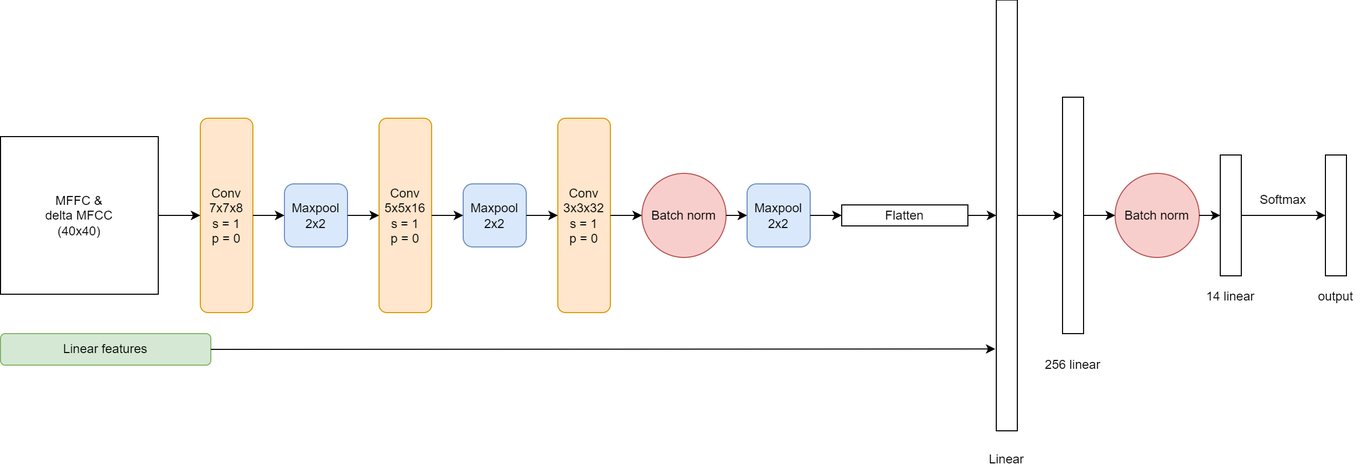
Earlier version of the draw.io export docs/NN.png (thebetar/IASRProject). Source tidied: cells renumbered, new cells last; positions are measured from the earlier drawing's top-left corner, leaving out a move shared by most shapes.
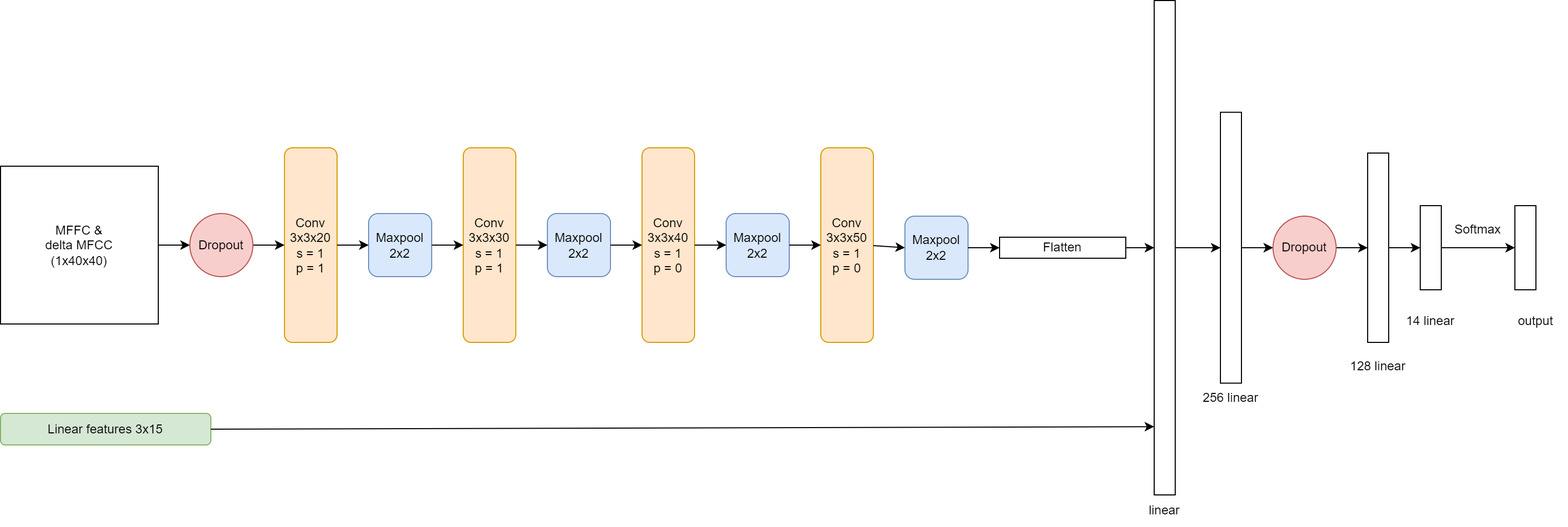
The same diagram one commit later.

Change to the diagram source:
```diff
@@ -2,64 +2,55 @@
   <root>
     <mxCell id="0" />
     <mxCell id="1" parent="0" />
-    <mxCell id="2" value="Conv&lt;br&gt;7x7x8&lt;br&gt;s = 1&lt;br&gt;p = 0&lt;br&gt;" style="rounded=1;whiteSpace=wrap;html=1;fillColor=#ffe6cc;strokeColor=#d79b00;" parent="1" vertex="1">
-      <mxGeometry x="190" y="112" width="50" height="185" as="geometry" />
+    <mxCell id="2" value="Conv&lt;br&gt;3x3x20&lt;br&gt;s = 1&lt;br&gt;p = 1" style="rounded=1;whiteSpace=wrap;html=1;fillColor=#ffe6cc;strokeColor=#d79b00;" parent="1" vertex="1">
+      <mxGeometry x="20" y="112" width="50" height="185" as="geometry" />
     </mxCell>
     <mxCell id="3" value="Maxpool 2x2" style="rounded=1;whiteSpace=wrap;html=1;fillColor=#dae8fc;strokeColor=#6c8ebf;" parent="1" vertex="1">
-      <mxGeometry x="270" y="174.5" width="60" height="60" as="geometry" />
+      <mxGeometry x="100" y="174.5" width="60" height="60" as="geometry" />
     </mxCell>
-    <mxCell id="4" value="Conv&lt;br&gt;3x3x32&lt;br&gt;s = 1&lt;br&gt;p = 0" style="rounded=1;whiteSpace=wrap;html=1;fillColor=#ffe6cc;strokeColor=#d79b00;" parent="1" vertex="1">
-      <mxGeometry x="530" y="112" width="50" height="185" as="geometry" />
+    <mxCell id="4" value="Conv&lt;br&gt;3x3x40&lt;br&gt;s = 1&lt;br&gt;p = 0" style="rounded=1;whiteSpace=wrap;html=1;fillColor=#ffe6cc;strokeColor=#d79b00;" parent="1" vertex="1">
+      <mxGeometry x="360" y="112" width="50" height="185" as="geometry" />
     </mxCell>
     <mxCell id="5" value="Maxpool 2x2" style="rounded=1;whiteSpace=wrap;html=1;fillColor=#dae8fc;strokeColor=#6c8ebf;" parent="1" vertex="1">
-      <mxGeometry x="710" y="174.5" width="60" height="60" as="geometry" />
+      <mxGeometry x="610" y="177" width="60" height="60" as="geometry" />
     </mxCell>
-    <mxCell id="6" value="Conv&lt;br&gt;5x5x16&lt;br&gt;s = 1&lt;br&gt;p = 0" style="rounded=1;whiteSpace=wrap;html=1;fillColor=#ffe6cc;strokeColor=#d79b00;" parent="1" vertex="1">
-      <mxGeometry x="360" y="112" width="50" height="185" as="geometry" />
+    <mxCell id="6" value="Conv&lt;br&gt;3x3x30&lt;br&gt;s = 1&lt;br&gt;p = 1" style="rounded=1;whiteSpace=wrap;html=1;fillColor=#ffe6cc;strokeColor=#d79b00;" parent="1" vertex="1">
+      <mxGeometry x="190" y="112" width="50" height="185" as="geometry" />
     </mxCell>
     <mxCell id="7" value="Maxpool 2x2" style="rounded=1;whiteSpace=wrap;html=1;fillColor=#dae8fc;strokeColor=#6c8ebf;" parent="1" vertex="1">
-      <mxGeometry x="440" y="174.5" width="60" height="60" as="geometry" />
+      <mxGeometry x="270" y="174.5" width="60" height="60" as="geometry" />
     </mxCell>
-    <mxCell id="8" value="Batch norm" style="ellipse;whiteSpace=wrap;html=1;fillColor=#f8cecc;strokeColor=#b85450;" parent="1" vertex="1">
-      <mxGeometry x="610" y="164.5" width="80" height="80" as="geometry" />
-    </mxCell>
-    <mxCell id="9" value="Linear features" style="rounded=1;whiteSpace=wrap;html=1;fillColor=#d5e8d4;strokeColor=#82b366;" parent="1" vertex="1">
-      <mxGeometry y="317" width="200" height="30" as="geometry" />
+    <mxCell id="9" value="Linear features 3x15" style="rounded=1;whiteSpace=wrap;html=1;fillColor=#d5e8d4;strokeColor=#82b366;" parent="1" vertex="1">
+      <mxGeometry x="-250" y="364.5" width="200" height="30" as="geometry" />
     </mxCell>
     <mxCell id="10" value="Flatten" style="rounded=0;whiteSpace=wrap;html=1;" parent="1" vertex="1">
-      <mxGeometry x="800" y="194.5" width="120" height="20" as="geometry" />
+      <mxGeometry x="700" y="197" width="120" height="20" as="geometry" />
     </mxCell>
     <mxCell id="11" style="rounded=0;whiteSpace=wrap;html=1;" parent="1" vertex="1">
-      <mxGeometry x="947" y="-0.5" width="20" height="410" as="geometry" />
+      <mxGeometry x="847" y="-28" width="20" height="470" as="geometry" />
     </mxCell>
     <mxCell id="12" style="rounded=0;whiteSpace=wrap;html=1;" parent="1" vertex="1">
-      <mxGeometry x="1010" y="92" width="20" height="225" as="geometry" />
+      <mxGeometry x="910" y="78.2" width="20" height="257.5" as="geometry" />
     </mxCell>
     <mxCell id="13" value="256 linear" style="text;html=1;strokeColor=none;fillColor=none;align=center;verticalAlign=middle;whiteSpace=wrap;rounded=0;" parent="1" vertex="1">
-      <mxGeometry x="990" y="332" width="60" height="30" as="geometry" />
+      <mxGeometry x="890" y="334.5" width="60" height="30" as="geometry" />
     </mxCell>
-    <mxCell id="14" value="Linear" style="text;html=1;strokeColor=none;fillColor=none;align=center;verticalAlign=middle;whiteSpace=wrap;rounded=0;" parent="1" vertex="1">
-      <mxGeometry x="927" y="422" width="60" height="30" as="geometry" />
+    <mxCell id="14" value="linear" style="text;html=1;strokeColor=none;fillColor=none;align=center;verticalAlign=middle;whiteSpace=wrap;rounded=0;" parent="1" vertex="1">
+      <mxGeometry x="827" y="442" width="60" height="30" as="geometry" />
     </mxCell>
-    <mxCell id="15" value="MFFC &amp;amp;&lt;br&gt;delta MFCC&lt;br&gt;(40x40)" style="whiteSpace=wrap;html=1;" parent="1" vertex="1">
-      <mxGeometry y="129.5" width="150" height="150" as="geometry" />
+    <mxCell id="15" value="MFFC &amp;amp;&lt;br&gt;delta MFCC&lt;br&gt;(1x40x40)" style="whiteSpace=wrap;html=1;" parent="1" vertex="1">
+      <mxGeometry x="-250" y="129.5" width="150" height="150" as="geometry" />
     </mxCell>
-    <mxCell id="16" value="Batch norm" style="ellipse;whiteSpace=wrap;html=1;fillColor=#f8cecc;strokeColor=#b85450;" parent="1" vertex="1">
-      <mxGeometry x="1060" y="164.5" width="80" height="80" as="geometry" />
-    </mxCell>
     <mxCell id="17" style="rounded=0;whiteSpace=wrap;html=1;" parent="1" vertex="1">
-      <mxGeometry x="1160" y="147" width="20" height="115" as="geometry" />
+      <mxGeometry x="1100" y="167" width="20" height="80" as="geometry" />
     </mxCell>
     <mxCell id="18" value="14 linear" style="text;html=1;strokeColor=none;fillColor=none;align=center;verticalAlign=middle;whiteSpace=wrap;rounded=0;" parent="1" vertex="1">
-      <mxGeometry x="1140" y="267" width="60" height="30" as="geometry" />
+      <mxGeometry x="1080" y="262" width="60" height="30" as="geometry" />
     </mxCell>
-    <mxCell id="19" style="rounded=0;whiteSpace=wrap;html=1;" parent="1" vertex="1">
-      <mxGeometry x="1260" y="147" width="20" height="115" as="geometry" />
-    </mxCell>
     <mxCell id="20" value="output" style="text;html=1;strokeColor=none;fillColor=none;align=center;verticalAlign=middle;whiteSpace=wrap;rounded=0;" parent="1" vertex="1">
-      <mxGeometry x="1240" y="267" width="60" height="30" as="geometry" />
+      <mxGeometry x="1180" y="262" width="60" height="30" as="geometry" />
     </mxCell>
-    <mxCell id="21" style="endArrow=classic;html=1;rounded=0;exitX=1;exitY=0.5;exitDx=0;exitDy=0;entryX=0;entryY=0.5;entryDx=0;entryDy=0;" parent="1" edge="1" source="15" target="2">
+    <mxCell id="21" style="endArrow=classic;html=1;rounded=0;exitX=1;exitY=0.5;exitDx=0;exitDy=0;entryX=0;entryY=0.5;entryDx=0;entryDy=0;" parent="1" edge="1" source="8" target="2">
       <mxGeometry relative="1" as="geometry" />
     </mxCell>
     <mxCell id="22" style="endArrow=classic;html=1;rounded=0;exitX=1;exitY=0.5;exitDx=0;exitDy=0;entryX=0;entryY=0.5;entryDx=0;entryDy=0;" parent="1" edge="1" source="2" target="3">
@@ -74,35 +65,67 @@
     <mxCell id="25" style="endArrow=classic;html=1;rounded=0;exitX=1;exitY=0.5;exitDx=0;exitDy=0;entryX=0;entryY=0.5;entryDx=0;entryDy=0;" parent="1" edge="1" source="7" target="4">
       <mxGeometry relative="1" as="geometry" />
     </mxCell>
-    <mxCell id="26" style="endArrow=classic;html=1;rounded=0;exitX=1;exitY=0.5;exitDx=0;exitDy=0;entryX=0;entryY=0.5;entryDx=0;entryDy=0;" parent="1" edge="1" source="4" target="8">
-      <mxGeometry relative="1" as="geometry" />
-    </mxCell>
-    <mxCell id="27" style="endArrow=classic;html=1;rounded=0;exitX=1;exitY=0.5;exitDx=0;exitDy=0;entryX=0;entryY=0.5;entryDx=0;entryDy=0;" parent="1" edge="1" source="8" target="5">
-      <mxGeometry relative="1" as="geometry" />
-    </mxCell>
-    <mxCell id="28" style="endArrow=classic;html=1;rounded=0;exitX=1;exitY=0.5;exitDx=0;exitDy=0;entryX=0;entryY=0.5;entryDx=0;entryDy=0;" parent="1" edge="1" source="5" target="10">
+    <mxCell id="28" style="endArrow=classic;html=1;rounded=0;entryX=0;entryY=0.5;entryDx=0;entryDy=0;" parent="1" edge="1" source="5" target="10">
       <mxGeometry relative="1" as="geometry" />
     </mxCell>
     <mxCell id="29" style="endArrow=classic;html=1;rounded=0;exitX=1;exitY=0.5;exitDx=0;exitDy=0;entryX=0;entryY=0.5;entryDx=0;entryDy=0;" parent="1" edge="1" source="10" target="11">
       <mxGeometry relative="1" as="geometry" />
     </mxCell>
-    <mxCell id="30" style="endArrow=classic;html=1;rounded=0;exitX=1;exitY=0.5;exitDx=0;exitDy=0;entryX=-0.045;entryY=0.81;entryDx=0;entryDy=0;entryPerimeter=0;" parent="1" edge="1" source="9" target="11">
-      <mxGeometry relative="1" as="geometry" />
-    </mxCell>
     <mxCell id="31" style="endArrow=classic;html=1;rounded=0;exitX=1;exitY=0.5;exitDx=0;exitDy=0;entryX=0;entryY=0.5;entryDx=0;entryDy=0;" parent="1" edge="1" source="11" target="12">
       <mxGeometry relative="1" as="geometry" />
     </mxCell>
-    <mxCell id="32" style="endArrow=classic;html=1;rounded=0;exitX=1;exitY=0.5;exitDx=0;exitDy=0;entryX=0;entryY=0.5;entryDx=0;entryDy=0;" parent="1" edge="1" source="12" target="16">
+    <mxCell id="32" style="endArrow=classic;html=1;rounded=0;exitX=1;exitY=0.5;exitDx=0;exitDy=0;entryX=0;entryY=0.5;entryDx=0;entryDy=0;" parent="1" edge="1" source="12" target="47">
       <mxGeometry relative="1" as="geometry" />
     </mxCell>
-    <mxCell id="33" style="endArrow=classic;html=1;rounded=0;exitX=1;exitY=0.5;exitDx=0;exitDy=0;entryX=0;entryY=0.5;entryDx=0;entryDy=0;" parent="1" edge="1" source="16" target="17">
-      <mxGeometry relative="1" as="geometry" />
-    </mxCell>
-    <mxCell id="34" style="endArrow=classic;html=1;rounded=0;exitX=1;exitY=0.5;exitDx=0;exitDy=0;entryX=0;entryY=0.5;entryDx=0;entryDy=0;" parent="1" edge="1" source="17" target="19">
+    <mxCell id="34" style="endArrow=classic;html=1;rounded=0;exitX=1;exitY=0.5;exitDx=0;exitDy=0;entryX=0;entryY=0.5;entryDx=0;entryDy=0;" parent="1" edge="1" source="17" target="45">
       <mxGeometry relative="1" as="geometry" />
     </mxCell>
     <mxCell id="35" value="Softmax" style="text;html=1;strokeColor=none;fillColor=none;align=center;verticalAlign=middle;whiteSpace=wrap;rounded=0;" parent="1" vertex="1">
-      <mxGeometry x="1190" y="174.5" width="60" height="30" as="geometry" />
+      <mxGeometry x="1120" y="174.5" width="70" height="30" as="geometry" />
     </mxCell>
+    <mxCell id="36" value="Conv&lt;br&gt;3x3x50&lt;br&gt;s = 1&lt;br&gt;p = 0" style="rounded=1;whiteSpace=wrap;html=1;fillColor=#ffe6cc;strokeColor=#d79b00;" parent="1" vertex="1">
+      <mxGeometry x="530" y="112" width="50" height="185" as="geometry" />
+    </mxCell>
+    <mxCell id="37" value="Maxpool 2x2" style="rounded=1;whiteSpace=wrap;html=1;fillColor=#dae8fc;strokeColor=#6c8ebf;" parent="1" vertex="1">
+      <mxGeometry x="440" y="174.5" width="60" height="60" as="geometry" />
+    </mxCell>
+    <mxCell id="38" style="endArrow=classic;html=1;rounded=0;exitX=1;exitY=0.5;exitDx=0;exitDy=0;entryX=0;entryY=0.5;entryDx=0;entryDy=0;" parent="1" edge="1" source="37" target="36">
+      <mxGeometry relative="1" as="geometry" />
+    </mxCell>
+    <mxCell id="39" style="endArrow=classic;html=1;rounded=0;exitX=1;exitY=0.5;exitDx=0;exitDy=0;entryX=0;entryY=0.5;entryDx=0;entryDy=0;" parent="1" edge="1" source="15" target="8">
+      <mxGeometry relative="1" as="geometry" />
+    </mxCell>
+    <mxCell id="8" value="Dropout" style="ellipse;whiteSpace=wrap;html=1;fillColor=#f8cecc;strokeColor=#b85450;" parent="1" vertex="1">
+      <mxGeometry x="-70" y="174.5" width="60" height="60" as="geometry" />
+    </mxCell>
+    <mxCell id="40" style="endArrow=classic;html=1;rounded=0;exitX=1;exitY=0.5;exitDx=0;exitDy=0;entryX=0;entryY=0.5;entryDx=0;entryDy=0;" parent="1" edge="1" source="4" target="37">
+      <mxGeometry relative="1" as="geometry" />
+    </mxCell>
+    <mxCell id="41" style="endArrow=classic;html=1;rounded=0;entryX=0;entryY=0.5;entryDx=0;entryDy=0;" parent="1" edge="1" target="5">
+      <mxGeometry relative="1" as="geometry">
+        <mxPoint x="580" y="205" as="sourcePoint" />
+      </mxGeometry>
+    </mxCell>
+    <mxCell id="42" style="rounded=0;whiteSpace=wrap;html=1;" parent="1" vertex="1">
+      <mxGeometry x="1050" y="117" width="20" height="180" as="geometry" />
+    </mxCell>
+    <mxCell id="43" style="endArrow=classic;html=1;rounded=0;exitX=1;exitY=0.5;exitDx=0;exitDy=0;entryX=0;entryY=0.5;entryDx=0;entryDy=0;" parent="1" edge="1" source="47" target="42">
+      <mxGeometry relative="1" as="geometry" />
+    </mxCell>
+    <mxCell id="44" style="endArrow=classic;html=1;rounded=0;exitX=1;exitY=0.5;exitDx=0;exitDy=0;entryX=0;entryY=0.5;entryDx=0;entryDy=0;" parent="1" edge="1" source="42" target="17">
+      <mxGeometry relative="1" as="geometry" />
+    </mxCell>
+    <mxCell id="45" style="rounded=0;whiteSpace=wrap;html=1;" parent="1" vertex="1">
+      <mxGeometry x="1190" y="167" width="20" height="80" as="geometry" />
+    </mxCell>
+    <mxCell id="46" value="128 linear" style="text;html=1;strokeColor=none;fillColor=none;align=center;verticalAlign=middle;whiteSpace=wrap;rounded=0;" parent="1" vertex="1">
+      <mxGeometry x="1030" y="304.5" width="60" height="30" as="geometry" />
+    </mxCell>
+    <mxCell id="30" style="endArrow=classic;html=1;rounded=0;exitX=1;exitY=0.5;exitDx=0;exitDy=0;entryX=-0.003;entryY=0.862;entryDx=0;entryDy=0;entryPerimeter=0;" parent="1" edge="1" source="9" target="11">
+      <mxGeometry relative="1" as="geometry" />
+    </mxCell>
+    <mxCell id="47" value="Dropout" style="ellipse;whiteSpace=wrap;html=1;fillColor=#f8cecc;strokeColor=#b85450;" parent="1" vertex="1">
+      <mxGeometry x="960" y="177" width="60" height="60" as="geometry" />
+    </mxCell>
   </root>
 </mxGraphModel>
```
